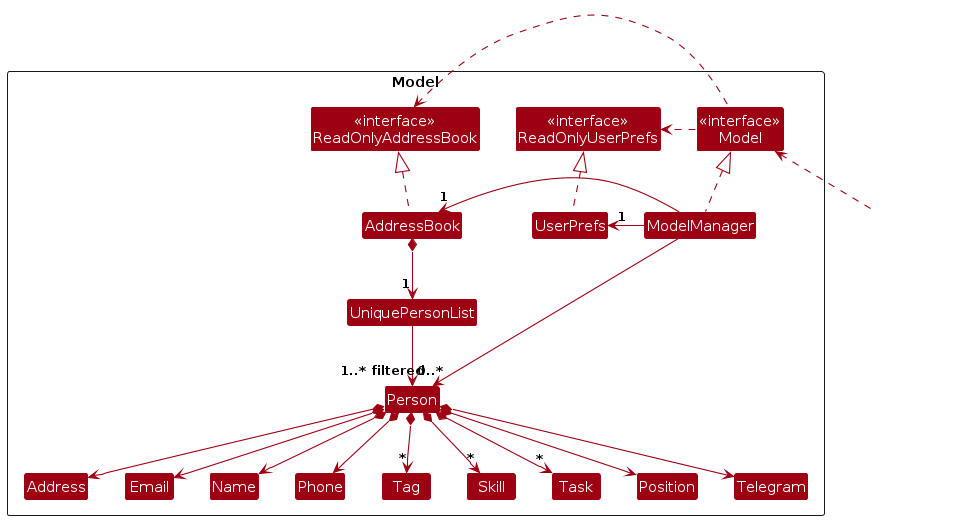
bkkuan/tp keeps this PlantUML diagram as diagrams/ModelClassDiagram.png. Above is the earlier version. Its source is kept beside it as diagrams/ModelClassDiagram.puml.
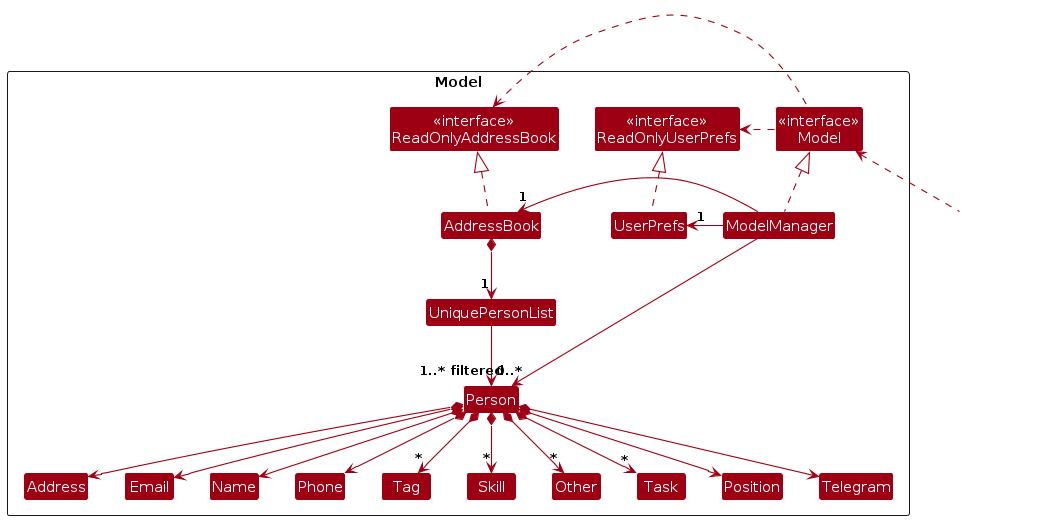
After the commit.

The edit, as a diff of the source:
```diff
@@ -20,6 +20,7 @@
   Class Phone
   Class Tag
   Class Skill
+  Class Other
   Class Task {
     - dueDate : LocalDate
   }
@@ -50,6 +51,7 @@
 Person *--> Address
 Person *--> "*" Tag
 Person *--> "*" Skill
+Person *--> "*" Other
 Person *--> Position
 Person *--> Telegram
 Person *--> "*" Task
```
